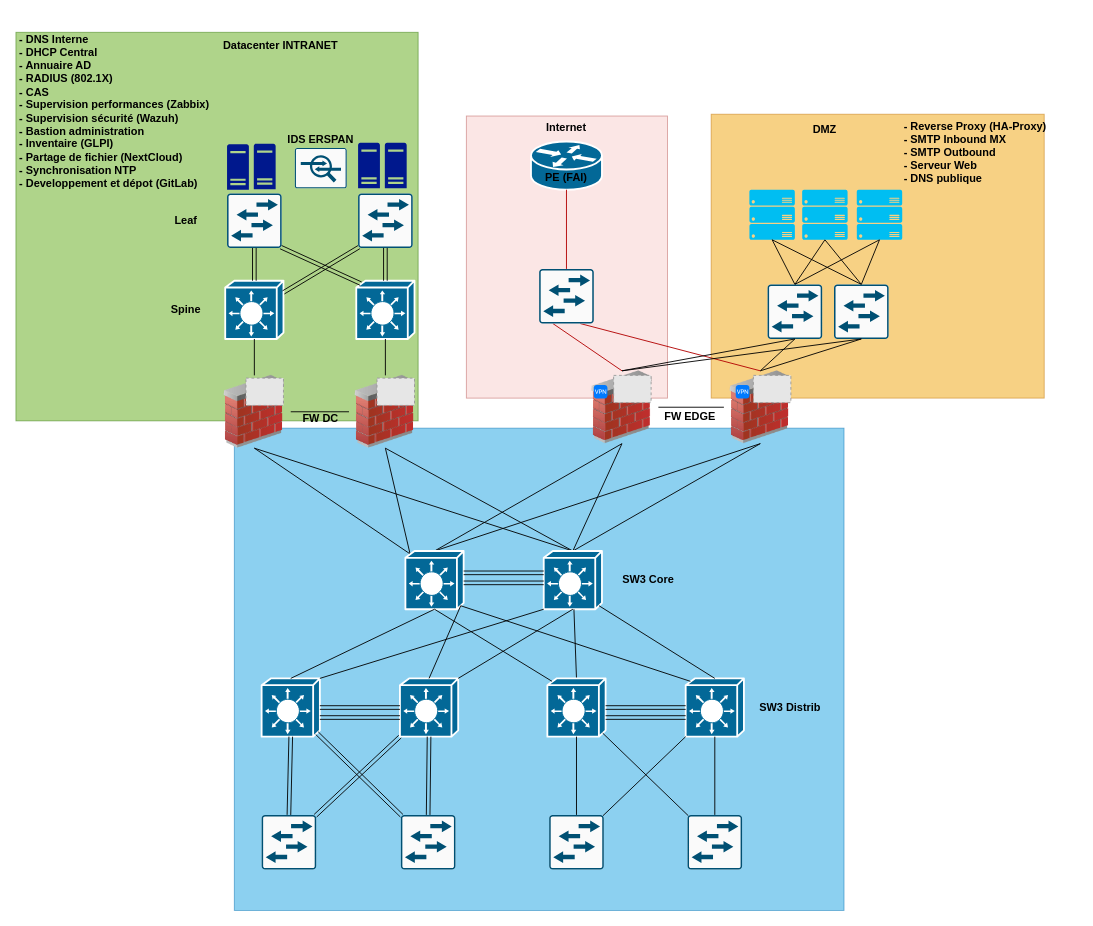
Earlier version of the draw.io diagram page "Cas simple" (2 of 3) of ARCHI.drawio (egoMasa/HomeLab). Source tidied: cells renumbered, new cells numbered last; positions are measured from the earlier drawing's top-left corner, leaving out a move shared by most shapes. Both pictures are drawn from the tidied source at 91%, with x=0, y=0 at pixel (15, 15). Pictures stored in the file or linked from it are replaced by grey dashed boxes.
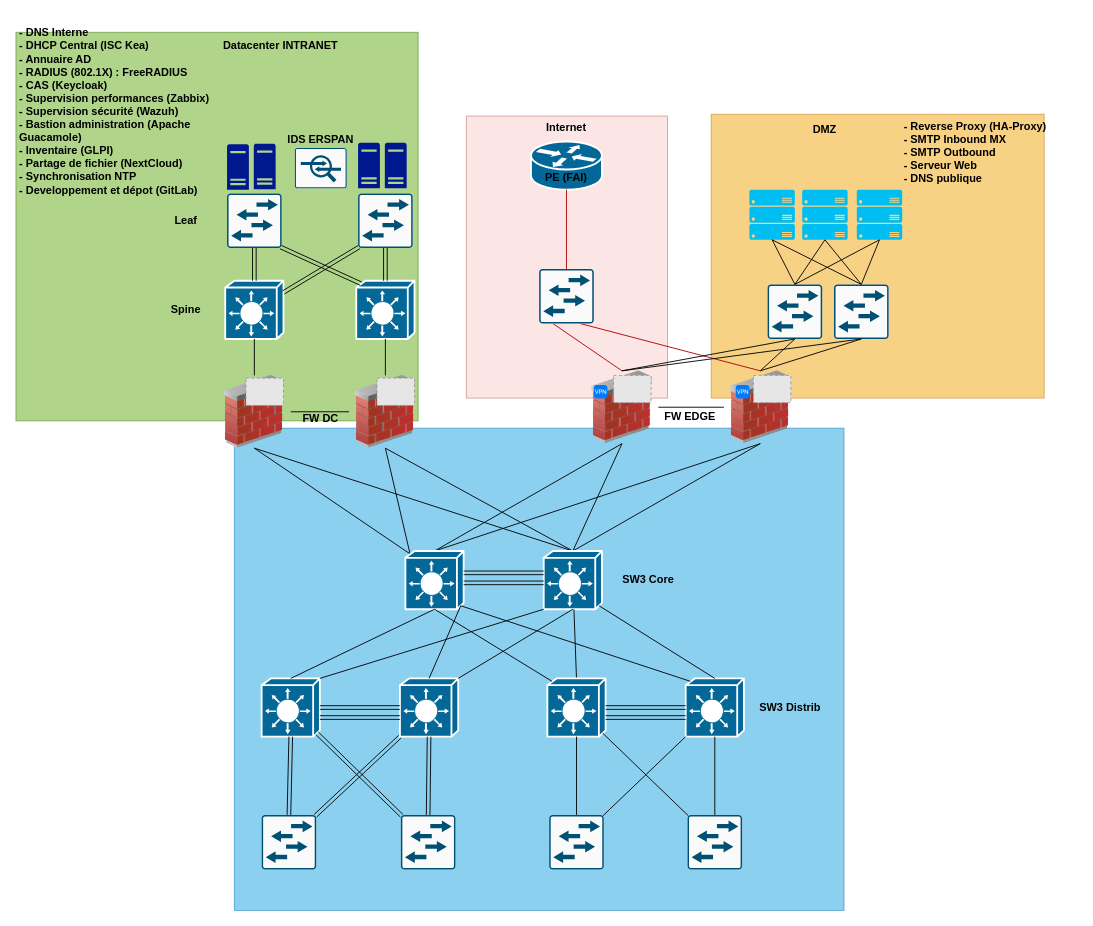
After the change.

Commit message:
Mettre à jour ARCHI.drawio

The edit, as a diff of the source:
```diff
@@
-    <mxCell id="99" value="&lt;div&gt;- DNS Interne&lt;/div&gt;&lt;div&gt;- DHCP Central&lt;/div&gt;&lt;div&gt;- Annuaire AD&lt;/div&gt;&lt;div&gt;- RADIUS (802.1X)&lt;/div&gt;&lt;div&gt;- CAS&lt;/div&gt;&lt;div&gt;- Supervision performances (Zabbix)&lt;/div&gt;&lt;div&gt;- Supervision sécurité (Wazuh)&lt;/div&gt;&lt;div&gt;- Bastion administration&lt;/div&gt;&lt;div&gt;- Inventaire (GLPI)&lt;/div&gt;&lt;div&gt;- Partage de fichier (NextCloud)&lt;/div&gt;&lt;div&gt;- Synchronisation NTP&lt;/div&gt;&lt;div&gt;- Developpement et dépot (GitLab)&lt;/div&gt;" style="text;strokeColor=none;align=left;fillColor=none;html=1;verticalAlign=middle;whiteSpace=wrap;rounded=0;fontStyle=1;" parent="1" vertex="1">
+    <mxCell id="99" value="&lt;div&gt;- DNS Interne&lt;/div&gt;&lt;div&gt;- DHCP Central (ISC Kea)&lt;/div&gt;&lt;div&gt;- Annuaire AD&lt;/div&gt;&lt;div&gt;- RADIUS (802.1X) : FreeRADIUS&lt;/div&gt;&lt;div&gt;- CAS (&lt;strong&gt;Keycloak)&lt;/strong&gt;&lt;/div&gt;&lt;div&gt;- Supervision performances (Zabbix)&lt;/div&gt;&lt;div&gt;- Supervision sécurité (Wazuh)&lt;/div&gt;&lt;div&gt;- Bastion administration (Apache Guacamole)&lt;/div&gt;&lt;div&gt;- Inventaire (GLPI)&lt;/div&gt;&lt;div&gt;- Partage de fichier (NextCloud)&lt;/div&gt;&lt;div&gt;- Synchronisation NTP&lt;/div&gt;&lt;div&gt;- Developpement et dépot (GitLab)&lt;/div&gt;" style="text;strokeColor=none;align=left;fillColor=none;html=1;verticalAlign=middle;whiteSpace=wrap;rounded=0;fontStyle=1;" parent="1" vertex="1">
       <mxGeometry x="2" width="220" height="210" as="geometry" />
     </mxCell>
```
